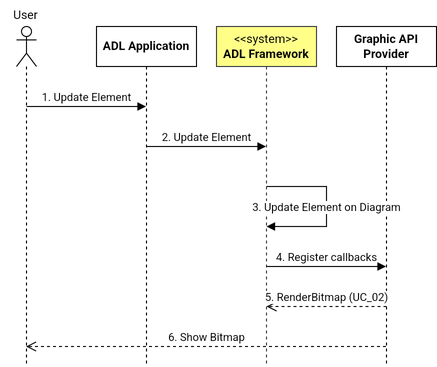
The draw.io diagram img/UpdateElement.drawio.png in phunm211/SW-Associate-Architecture, before a commit. Source tidied: cells renumbered, new cells last; positions are measured from the earlier drawing's top-left corner, leaving out a move shared by most shapes.
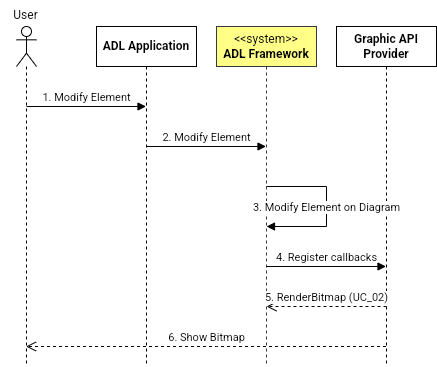
The same file after the commit.

What changed in the source:
```diff
@@ -17,17 +17,17 @@
     <mxCell id="6" value="User" style="text;html=1;align=center;verticalAlign=middle;strokeColor=none;fillColor=none;" parent="1" vertex="1">
       <mxGeometry width="50" height="30" as="geometry" />
     </mxCell>
-    <mxCell id="7" value="1. Update Element" style="html=1;verticalAlign=bottom;endArrow=block;curved=0;rounded=0;" parent="1" edge="1" target="3">
+    <mxCell id="7" value="1. Modify Element" style="html=1;verticalAlign=bottom;endArrow=block;curved=0;rounded=0;" parent="1" edge="1" target="3">
       <mxGeometry relative="1" as="geometry">
         <mxPoint x="26" y="106" as="sourcePoint" />
       </mxGeometry>
     </mxCell>
-    <mxCell id="8" value="2. Update Element" style="html=1;verticalAlign=bottom;endArrow=block;curved=0;rounded=0;" parent="1" edge="1" target="4">
+    <mxCell id="8" value="2. Modify Element" style="html=1;verticalAlign=bottom;endArrow=block;curved=0;rounded=0;" parent="1" edge="1" target="4">
       <mxGeometry relative="1" as="geometry">
         <mxPoint x="146" y="146" as="sourcePoint" />
       </mxGeometry>
     </mxCell>
-    <mxCell id="9" value="3. Update Element on Diagram" style="html=1;verticalAlign=bottom;endArrow=block;rounded=0;edgeStyle=elbowEdgeStyle;" parent="1" edge="1">
+    <mxCell id="9" value="3. Modify Element on Diagram" style="html=1;verticalAlign=bottom;endArrow=block;rounded=0;edgeStyle=elbowEdgeStyle;" parent="1" edge="1">
       <mxGeometry x="0.12" relative="1" as="geometry">
         <mxPoint x="266" y="186" as="sourcePoint" />
         <mxPoint x="266" y="226" as="targetPoint" />
```
